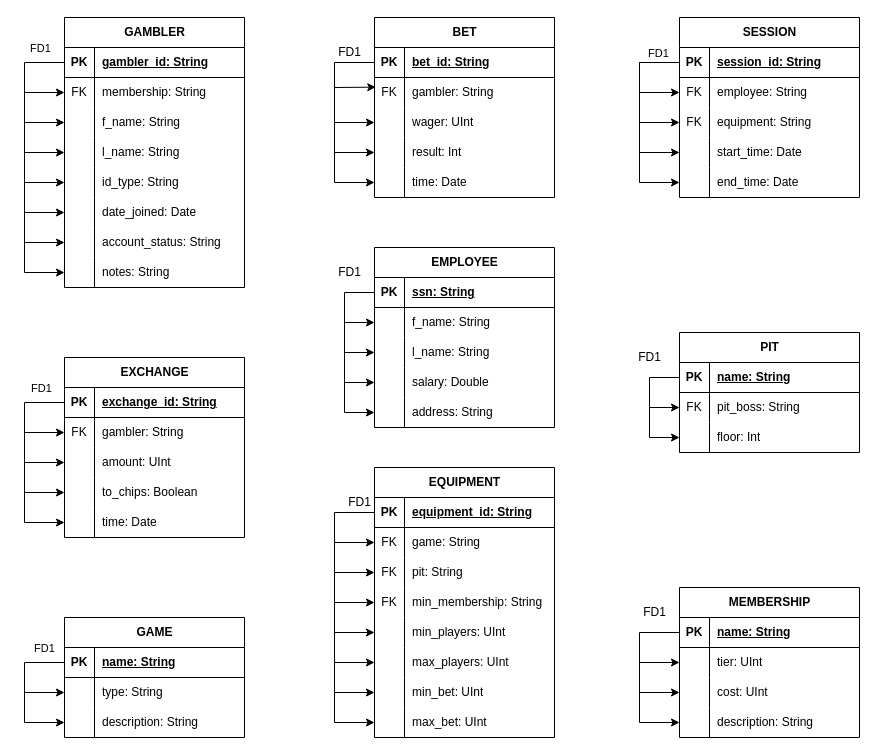
The draw.io diagram docs/CasinoDB_FD.drawio in drussillo/CasinoDB, before the edit. Source tidied: cells renumbered, new cells numbered last; positions are measured from the earlier drawing's top-left corner, leaving out a move shared by most shapes. Both pictures are drawn from the tidied source at 100%, with x=0, y=0 at pixel (24, 17).
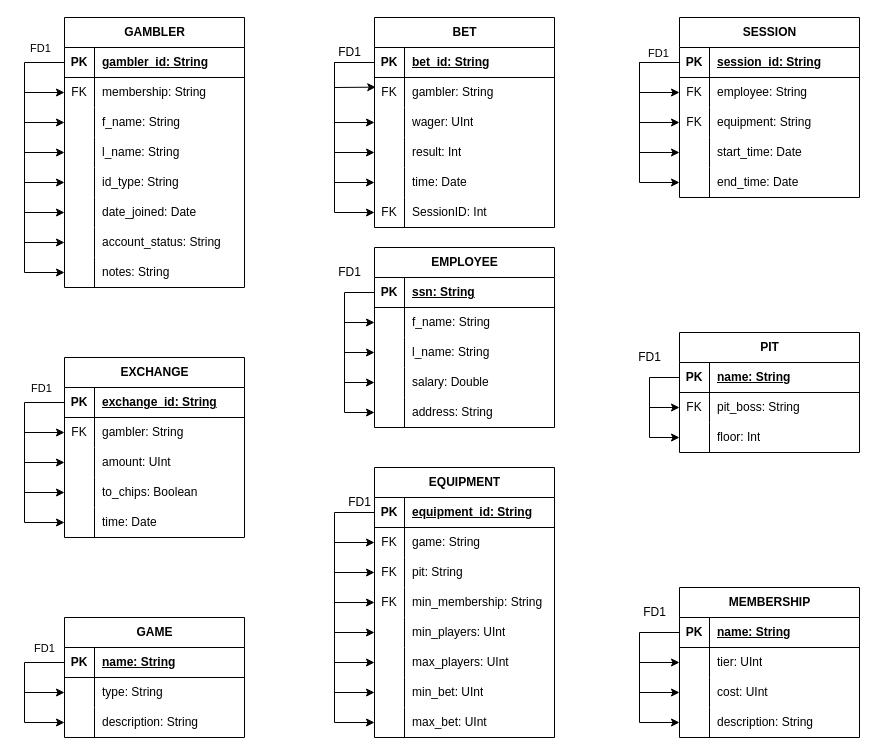
Above is the later version.

Commit message (it also covers changes not shown here):
updated docs, add NOTNULL to BET's sessionid fk

Unchanged cells that the change refers to:
```xml
<mxCell id="78" style="shape=tableRow;horizontal=0;startSize=0;swimlaneHead=0;swimlaneBody=0;fillColor=none;points=[[0,0.5],[1,0.5]];portConstraint=eastwest;top=0;left=0;right=0;bottom=1;" parent="77" vertex="1">
  <mxGeometry y="30" width="180" height="30" as="geometry" />
</mxCell>
```

Diff of the diagram source:
```diff
@@
+    <mxCell id="195" style="edgeStyle=orthogonalEdgeStyle;rounded=0;jettySize=auto;html=1;exitX=0;exitY=0.5;exitDx=0;exitDy=0;entryX=0;entryY=0.5;entryDx=0;entryDy=0;" parent="1" edge="1" source="78" target="196">
+      <mxGeometry relative="1" as="geometry">
+        <Array as="points">
+          <mxPoint x="310" y="45" />
+          <mxPoint x="310" y="195" />
+        </Array>
+      </mxGeometry>
+    </mxCell>
@@
     <mxCell id="77" value="BET" style="shape=table;startSize=30;childLayout=tableLayout;rowLines=0;fontStyle=1;align=center;html=1;" parent="1" vertex="1">
-      <mxGeometry x="350" width="180" height="180" as="geometry" />
+      <mxGeometry x="350" width="180" height="210" as="geometry" />
     </mxCell>
@@
+    <mxCell id="196" style="shape=tableRow;horizontal=0;startSize=0;swimlaneHead=0;swimlaneBody=0;fillColor=none;points=[[0,0.5],[1,0.5]];portConstraint=eastwest;top=0;left=0;right=0;bottom=0;" parent="77" vertex="1">
+      <mxGeometry y="180" width="180" height="30" as="geometry" />
+    </mxCell>
+    <mxCell id="197" value="FK" style="shape=partialRectangle;fillColor=none;top=0;left=0;bottom=0;right=0;overflow=hidden;whiteSpace=wrap;html=1;" parent="196" vertex="1">
+      <mxGeometry width="30" height="30" as="geometry" />
+    </mxCell>
+    <mxCell id="198" value="SessionID: Int" style="shape=partialRectangle;fillColor=none;top=0;left=0;bottom=0;right=0;align=left;spacingLeft=6;overflow=hidden;whiteSpace=wrap;html=1;" parent="196" vertex="1">
+      <mxGeometry x="30" width="150" height="30" as="geometry" />
+    </mxCell>
```
